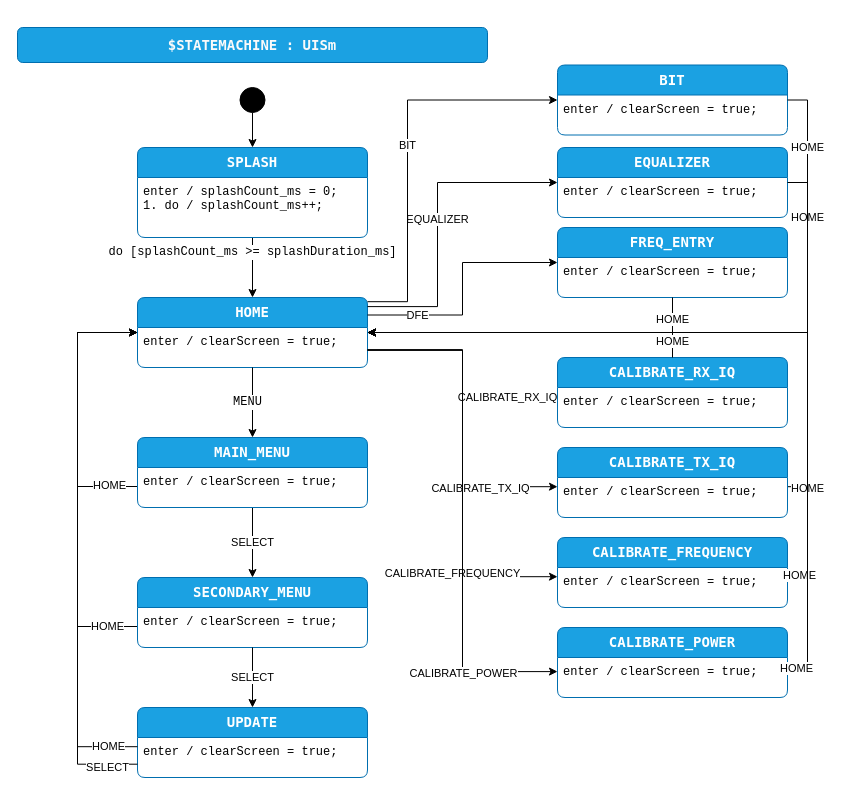
Before: page "design" (1 of 3) of code/src/PhoenixSketch/UISm.drawio in KI3P/Phoenix, a draw.io diagram. Source tidied: cells renumbered, new cells numbered last; positions are measured from the earlier drawing's top-left corner, leaving out a move shared by most shapes. Both pictures are drawn from the tidied source at 100%, with x=0, y=0 at pixel (17, 27).
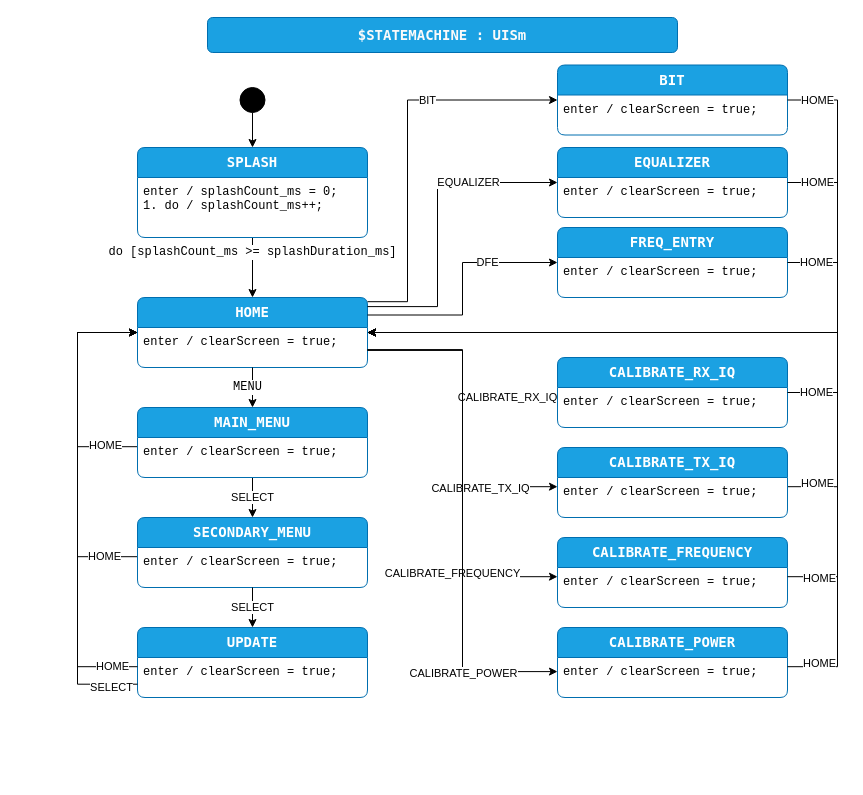
The same diagram, later.

Unchanged cells that the change refers to:
```xml
<mxCell id="8" value="HOME" style="shape=swimlane;align=center;verticalAlign=top;fontFamily=Lucida Console;startSize=30;fontSize=14;fontStyle=1;fontColor=#ffffff;fillColor=#1ba1e2;swimlaneFillColor=default;rounded=1;arcSize=15;absoluteArcSize=1;points=[[0,0,0,0,0],[0,0.06,0,0,0],[0,0.13,0,0,0],[0,0.19,0,0,0],[0,0.25,0,0,0],[0,0.31,0,0,0],[0,0.38,0,0,0],[0,0.44,0,0,0],[0,0.5,0,0,0],[0,0.56,0,0,0],[0,0.63,0,0,0],[0,0.69,0,0,0],[0,0.75,0,0,0],[0,0.81,0,0,0],[0,0.88,0,0,0],[0,0.94,0,0,0],[0,1,0,0,0],[0.06,0,0,0,0],[0.06,1,0,0,0],[0.13,0,0,0,0],[0.13,1,0,0,0],[0.19,0,0,0,0],[0.19,1,0,0,0],[0.25,0,0,0,0],[0.25,1,0,0,0],[0.31,0,0,0,0],[0.31,1,0,0,0],[0.38,0,0,0,0],[0.38,1,0,0,0],[0.44,0,0,0,0],[0.44,1,0,0,0],[0.5,0,0,0,0],[0.5,1,0,0,0],[0.56,0,0,0,0],[0.56,1,0,0,0],[0.63,0,0,0,0],[0.63,1,0,0,0],[0.69,0,0,0,0],[0.69,1,0,0,0],[0.75,0,0,0,0],[0.75,1,0,0,0],[0.81,0,0,0,0],[0.81,1,0,0,0],[0.88,0,0,0,0],[0.88,1,0,0,0],[0.94,0,0,0,0],[0.94,1,0,0,0],[1,0,0,0,0],[1,0.06,0,0,0],[1,0.13,0,0,0],[1,0.19,0,0,0],[1,0.25,0,0,0],[1,0.31,0,0,0],[1,0.38,0,0,0],[1,0.44,0,0,0],[1,0.5,0,0,0],[1,0.56,0,0,0],[1,0.63,0,0,0],[1,0.69,0,0,0],[1,0.75,0,0,0],[1,0.81,0,0,0],[1,0.88,0,0,0],[1,0.94,0,0,0],[1,1,0,0,0]];strokeColor=#006EAF;" parent="1" vertex="1">
  <mxGeometry x="120" y="270" width="230" height="70" as="geometry" />
</mxCell>
<mxCell id="18" value="CALIBRATE_RX_IQ" style="shape=swimlane;align=center;verticalAlign=top;fontFamily=Lucida Console;startSize=30;fontSize=14;fontStyle=1;fontColor=#ffffff;fillColor=#1ba1e2;swimlaneFillColor=default;rounded=1;arcSize=15;absoluteArcSize=1;points=[[0,0,0,0,0],[0,0.06,0,0,0],[0,0.13,0,0,0],[0,0.19,0,0,0],[0,0.25,0,0,0],[0,0.31,0,0,0],[0,0.38,0,0,0],[0,0.44,0,0,0],[0,0.5,0,0,0],[0,0.56,0,0,0],[0,0.63,0,0,0],[0,0.69,0,0,0],[0,0.75,0,0,0],[0,0.81,0,0,0],[0,0.88,0,0,0],[0,0.94,0,0,0],[0,1,0,0,0],[0.06,0,0,0,0],[0.06,1,0,0,0],[0.13,0,0,0,0],[0.13,1,0,0,0],[0.19,0,0,0,0],[0.19,1,0,0,0],[0.25,0,0,0,0],[0.25,1,0,0,0],[0.31,0,0,0,0],[0.31,1,0,0,0],[0.38,0,0,0,0],[0.38,1,0,0,0],[0.44,0,0,0,0],[0.44,1,0,0,0],[0.5,0,0,0,0],[0.5,1,0,0,0],[0.56,0,0,0,0],[0.56,1,0,0,0],[0.63,0,0,0,0],[0.63,1,0,0,0],[0.69,0,0,0,0],[0.69,1,0,0,0],[0.75,0,0,0,0],[0.75,1,0,0,0],[0.81,0,0,0,0],[0.81,1,0,0,0],[0.88,0,0,0,0],[0.88,1,0,0,0],[0.94,0,0,0,0],[0.94,1,0,0,0],[1,0,0,0,0],[1,0.06,0,0,0],[1,0.13,0,0,0],[1,0.19,0,0,0],[1,0.25,0,0,0],[1,0.31,0,0,0],[1,0.38,0,0,0],[1,0.44,0,0,0],[1,0.5,0,0,0],[1,0.56,0,0,0],[1,0.63,0,0,0],[1,0.69,0,0,0],[1,0.75,0,0,0],[1,0.81,0,0,0],[1,0.88,0,0,0],[1,0.94,0,0,0],[1,1,0,0,0]];strokeColor=#006EAF;" parent="1" vertex="1">
  <mxGeometry x="540" y="330" width="230" height="70" as="geometry" />
</mxCell>
<mxCell id="27" value="FREQ_ENTRY" style="shape=swimlane;align=center;verticalAlign=top;fontFamily=Lucida Console;startSize=30;fontSize=14;fontStyle=1;fontColor=#ffffff;fillColor=#1ba1e2;swimlaneFillColor=default;rounded=1;arcSize=15;absoluteArcSize=1;points=[[0,0,0,0,0],[0,0.06,0,0,0],[0,0.13,0,0,0],[0,0.19,0,0,0],[0,0.25,0,0,0],[0,0.31,0,0,0],[0,0.38,0,0,0],[0,0.44,0,0,0],[0,0.5,0,0,0],[0,0.56,0,0,0],[0,0.63,0,0,0],[0,0.69,0,0,0],[0,0.75,0,0,0],[0,0.81,0,0,0],[0,0.88,0,0,0],[0,0.94,0,0,0],[0,1,0,0,0],[0.06,0,0,0,0],[0.06,1,0,0,0],[0.13,0,0,0,0],[0.13,1,0,0,0],[0.19,0,0,0,0],[0.19,1,0,0,0],[0.25,0,0,0,0],[0.25,1,0,0,0],[0.31,0,0,0,0],[0.31,1,0,0,0],[0.38,0,0,0,0],[0.38,1,0,0,0],[0.44,0,0,0,0],[0.44,1,0,0,0],[0.5,0,0,0,0],[0.5,1,0,0,0],[0.56,0,0,0,0],[0.56,1,0,0,0],[0.63,0,0,0,0],[0.63,1,0,0,0],[0.69,0,0,0,0],[0.69,1,0,0,0],[0.75,0,0,0,0],[0.75,1,0,0,0],[0.81,0,0,0,0],[0.81,1,0,0,0],[0.88,0,0,0,0],[0.88,1,0,0,0],[0.94,0,0,0,0],[0.94,1,0,0,0],[1,0,0,0,0],[1,0.06,0,0,0],[1,0.13,0,0,0],[1,0.19,0,0,0],[1,0.25,0,0,0],[1,0.31,0,0,0],[1,0.38,0,0,0],[1,0.44,0,0,0],[1,0.5,0,0,0],[1,0.56,0,0,0],[1,0.63,0,0,0],[1,0.69,0,0,0],[1,0.75,0,0,0],[1,0.81,0,0,0],[1,0.88,0,0,0],[1,0.94,0,0,0],[1,1,0,0,0]];strokeColor=#006EAF;" parent="1" vertex="1">
  <mxGeometry x="540" y="200" width="230" height="70" as="geometry" />
</mxCell>
<mxCell id="31" value="CALIBRATE_FREQUENCY" style="shape=swimlane;align=center;verticalAlign=top;fontFamily=Lucida Console;startSize=30;fontSize=14;fontStyle=1;fontColor=#ffffff;fillColor=#1ba1e2;swimlaneFillColor=default;rounded=1;arcSize=15;absoluteArcSize=1;points=[[0,0,0,0,0],[0,0.06,0,0,0],[0,0.13,0,0,0],[0,0.19,0,0,0],[0,0.25,0,0,0],[0,0.31,0,0,0],[0,0.38,0,0,0],[0,0.44,0,0,0],[0,0.5,0,0,0],[0,0.56,0,0,0],[0,0.63,0,0,0],[0,0.69,0,0,0],[0,0.75,0,0,0],[0,0.81,0,0,0],[0,0.88,0,0,0],[0,0.94,0,0,0],[0,1,0,0,0],[0.06,0,0,0,0],[0.06,1,0,0,0],[0.13,0,0,0,0],[0.13,1,0,0,0],[0.19,0,0,0,0],[0.19,1,0,0,0],[0.25,0,0,0,0],[0.25,1,0,0,0],[0.31,0,0,0,0],[0.31,1,0,0,0],[0.38,0,0,0,0],[0.38,1,0,0,0],[0.44,0,0,0,0],[0.44,1,0,0,0],[0.5,0,0,0,0],[0.5,1,0,0,0],[0.56,0,0,0,0],[0.56,1,0,0,0],[0.63,0,0,0,0],[0.63,1,0,0,0],[0.69,0,0,0,0],[0.69,1,0,0,0],[0.75,0,0,0,0],[0.75,1,0,0,0],[0.81,0,0,0,0],[0.81,1,0,0,0],[0.88,0,0,0,0],[0.88,1,0,0,0],[0.94,0,0,0,0],[0.94,1,0,0,0],[1,0,0,0,0],[1,0.06,0,0,0],[1,0.13,0,0,0],[1,0.19,0,0,0],[1,0.25,0,0,0],[1,0.31,0,0,0],[1,0.38,0,0,0],[1,0.44,0,0,0],[1,0.5,0,0,0],[1,0.56,0,0,0],[1,0.63,0,0,0],[1,0.69,0,0,0],[1,0.75,0,0,0],[1,0.81,0,0,0],[1,0.88,0,0,0],[1,0.94,0,0,0],[1,1,0,0,0]];strokeColor=#006EAF;" parent="1" vertex="1">
  <mxGeometry x="540" y="510" width="230" height="70" as="geometry" />
</mxCell>
<mxCell id="33" value="CALIBRATE_POWER" style="shape=swimlane;align=center;verticalAlign=top;fontFamily=Lucida Console;startSize=30;fontSize=14;fontStyle=1;fontColor=#ffffff;fillColor=#1ba1e2;swimlaneFillColor=default;rounded=1;arcSize=15;absoluteArcSize=1;points=[[0,0,0,0,0],[0,0.06,0,0,0],[0,0.13,0,0,0],[0,0.19,0,0,0],[0,0.25,0,0,0],[0,0.31,0,0,0],[0,0.38,0,0,0],[0,0.44,0,0,0],[0,0.5,0,0,0],[0,0.56,0,0,0],[0,0.63,0,0,0],[0,0.69,0,0,0],[0,0.75,0,0,0],[0,0.81,0,0,0],[0,0.88,0,0,0],[0,0.94,0,0,0],[0,1,0,0,0],[0.06,0,0,0,0],[0.06,1,0,0,0],[0.13,0,0,0,0],[0.13,1,0,0,0],[0.19,0,0,0,0],[0.19,1,0,0,0],[0.25,0,0,0,0],[0.25,1,0,0,0],[0.31,0,0,0,0],[0.31,1,0,0,0],[0.38,0,0,0,0],[0.38,1,0,0,0],[0.44,0,0,0,0],[0.44,1,0,0,0],[0.5,0,0,0,0],[0.5,1,0,0,0],[0.56,0,0,0,0],[0.56,1,0,0,0],[0.63,0,0,0,0],[0.63,1,0,0,0],[0.69,0,0,0,0],[0.69,1,0,0,0],[0.75,0,0,0,0],[0.75,1,0,0,0],[0.81,0,0,0,0],[0.81,1,0,0,0],[0.88,0,0,0,0],[0.88,1,0,0,0],[0.94,0,0,0,0],[0.94,1,0,0,0],[1,0,0,0,0],[1,0.06,0,0,0],[1,0.13,0,0,0],[1,0.19,0,0,0],[1,0.25,0,0,0],[1,0.31,0,0,0],[1,0.38,0,0,0],[1,0.44,0,0,0],[1,0.5,0,0,0],[1,0.56,0,0,0],[1,0.63,0,0,0],[1,0.69,0,0,0],[1,0.75,0,0,0],[1,0.81,0,0,0],[1,0.88,0,0,0],[1,0.94,0,0,0],[1,1,0,0,0]];strokeColor=#006EAF;" parent="1" vertex="1">
  <mxGeometry x="540" y="600" width="230" height="70" as="geometry" />
</mxCell>
<mxCell id="47" value="CALIBRATE_TX_IQ" style="shape=swimlane;align=center;verticalAlign=top;fontFamily=Lucida Console;startSize=30;fontSize=14;fontStyle=1;fontColor=#ffffff;fillColor=#1ba1e2;swimlaneFillColor=default;rounded=1;arcSize=15;absoluteArcSize=1;points=[[0,0,0,0,0],[0,0.06,0,0,0],[0,0.13,0,0,0],[0,0.19,0,0,0],[0,0.25,0,0,0],[0,0.31,0,0,0],[0,0.38,0,0,0],[0,0.44,0,0,0],[0,0.5,0,0,0],[0,0.56,0,0,0],[0,0.63,0,0,0],[0,0.69,0,0,0],[0,0.75,0,0,0],[0,0.81,0,0,0],[0,0.88,0,0,0],[0,0.94,0,0,0],[0,1,0,0,0],[0.06,0,0,0,0],[0.06,1,0,0,0],[0.13,0,0,0,0],[0.13,1,0,0,0],[0.19,0,0,0,0],[0.19,1,0,0,0],[0.25,0,0,0,0],[0.25,1,0,0,0],[0.31,0,0,0,0],[0.31,1,0,0,0],[0.38,0,0,0,0],[0.38,1,0,0,0],[0.44,0,0,0,0],[0.44,1,0,0,0],[0.5,0,0,0,0],[0.5,1,0,0,0],[0.56,0,0,0,0],[0.56,1,0,0,0],[0.63,0,0,0,0],[0.63,1,0,0,0],[0.69,0,0,0,0],[0.69,1,0,0,0],[0.75,0,0,0,0],[0.75,1,0,0,0],[0.81,0,0,0,0],[0.81,1,0,0,0],[0.88,0,0,0,0],[0.88,1,0,0,0],[0.94,0,0,0,0],[0.94,1,0,0,0],[1,0,0,0,0],[1,0.06,0,0,0],[1,0.13,0,0,0],[1,0.19,0,0,0],[1,0.25,0,0,0],[1,0.31,0,0,0],[1,0.38,0,0,0],[1,0.44,0,0,0],[1,0.5,0,0,0],[1,0.56,0,0,0],[1,0.63,0,0,0],[1,0.69,0,0,0],[1,0.75,0,0,0],[1,0.81,0,0,0],[1,0.88,0,0,0],[1,0.94,0,0,0],[1,1,0,0,0]];strokeColor=#006EAF;" parent="1" vertex="1">
  <mxGeometry x="540" y="420" width="230" height="70" as="geometry" />
</mxCell>
<mxCell id="49" value="EQUALIZER" style="shape=swimlane;align=center;verticalAlign=top;fontFamily=Lucida Console;startSize=30;fontSize=14;fontStyle=1;fontColor=#ffffff;fillColor=#1ba1e2;swimlaneFillColor=default;rounded=1;arcSize=15;absoluteArcSize=1;points=[[0,0,0,0,0],[0,0.06,0,0,0],[0,0.13,0,0,0],[0,0.19,0,0,0],[0,0.25,0,0,0],[0,0.31,0,0,0],[0,0.38,0,0,0],[0,0.44,0,0,0],[0,0.5,0,0,0],[0,0.56,0,0,0],[0,0.63,0,0,0],[0,0.69,0,0,0],[0,0.75,0,0,0],[0,0.81,0,0,0],[0,0.88,0,0,0],[0,0.94,0,0,0],[0,1,0,0,0],[0.06,0,0,0,0],[0.06,1,0,0,0],[0.13,0,0,0,0],[0.13,1,0,0,0],[0.19,0,0,0,0],[0.19,1,0,0,0],[0.25,0,0,0,0],[0.25,1,0,0,0],[0.31,0,0,0,0],[0.31,1,0,0,0],[0.38,0,0,0,0],[0.38,1,0,0,0],[0.44,0,0,0,0],[0.44,1,0,0,0],[0.5,0,0,0,0],[0.5,1,0,0,0],[0.56,0,0,0,0],[0.56,1,0,0,0],[0.63,0,0,0,0],[0.63,1,0,0,0],[0.69,0,0,0,0],[0.69,1,0,0,0],[0.75,0,0,0,0],[0.75,1,0,0,0],[0.81,0,0,0,0],[0.81,1,0,0,0],[0.88,0,0,0,0],[0.88,1,0,0,0],[0.94,0,0,0,0],[0.94,1,0,0,0],[1,0,0,0,0],[1,0.06,0,0,0],[1,0.13,0,0,0],[1,0.19,0,0,0],[1,0.25,0,0,0],[1,0.31,0,0,0],[1,0.38,0,0,0],[1,0.44,0,0,0],[1,0.5,0,0,0],[1,0.56,0,0,0],[1,0.63,0,0,0],[1,0.69,0,0,0],[1,0.75,0,0,0],[1,0.81,0,0,0],[1,0.88,0,0,0],[1,0.94,0,0,0],[1,1,0,0,0]];strokeColor=#006EAF;" parent="1" vertex="1">
  <mxGeometry x="540" y="120" width="230" height="70" as="geometry" />
</mxCell>
<mxCell id="53" value="BIT" style="shape=swimlane;align=center;verticalAlign=top;fontFamily=Lucida Console;startSize=30;fontSize=14;fontStyle=1;fontColor=#ffffff;fillColor=#1ba1e2;swimlaneFillColor=default;rounded=1;arcSize=15;absoluteArcSize=1;points=[[0,0,0,0,0],[0,0.06,0,0,0],[0,0.13,0,0,0],[0,0.19,0,0,0],[0,0.25,0,0,0],[0,0.31,0,0,0],[0,0.38,0,0,0],[0,0.44,0,0,0],[0,0.5,0,0,0],[0,0.56,0,0,0],[0,0.63,0,0,0],[0,0.69,0,0,0],[0,0.75,0,0,0],[0,0.81,0,0,0],[0,0.88,0,0,0],[0,0.94,0,0,0],[0,1,0,0,0],[0.06,0,0,0,0],[0.06,1,0,0,0],[0.13,0,0,0,0],[0.13,1,0,0,0],[0.19,0,0,0,0],[0.19,1,0,0,0],[0.25,0,0,0,0],[0.25,1,0,0,0],[0.31,0,0,0,0],[0.31,1,0,0,0],[0.38,0,0,0,0],[0.38,1,0,0,0],[0.44,0,0,0,0],[0.44,1,0,0,0],[0.5,0,0,0,0],[0.5,1,0,0,0],[0.56,0,0,0,0],[0.56,1,0,0,0],[0.63,0,0,0,0],[0.63,1,0,0,0],[0.69,0,0,0,0],[0.69,1,0,0,0],[0.75,0,0,0,0],[0.75,1,0,0,0],[0.81,0,0,0,0],[0.81,1,0,0,0],[0.88,0,0,0,0],[0.88,1,0,0,0],[0.94,0,0,0,0],[0.94,1,0,0,0],[1,0,0,0,0],[1,0.06,0,0,0],[1,0.13,0,0,0],[1,0.19,0,0,0],[1,0.25,0,0,0],[1,0.31,0,0,0],[1,0.38,0,0,0],[1,0.44,0,0,0],[1,0.5,0,0,0],[1,0.56,0,0,0],[1,0.63,0,0,0],[1,0.69,0,0,0],[1,0.75,0,0,0],[1,0.81,0,0,0],[1,0.88,0,0,0],[1,0.94,0,0,0],[1,1,0,0,0]];strokeColor=#006EAF;" parent="1" vertex="1">
  <mxGeometry x="540" y="37.5" width="230" height="70" as="geometry" />
</mxCell>
```

Diff of the diagram source:
```diff
@@
     <mxCell id="7" value="&lt;span style=&quot;color: rgb(250, 250, 250); font-family: &amp;quot;Lucida Console&amp;quot;; font-size: 14px; font-weight: 700; text-wrap: nowrap;&quot;&gt;$STATEMACHINE : UISm&lt;/span&gt;" style="rounded=1;whiteSpace=wrap;html=1;fillColor=#1ba1e2;fontColor=#ffffff;strokeColor=#006EAF;" parent="1" vertex="1">
-      <mxGeometry width="470" height="35" as="geometry" />
+      <mxGeometry x="190" y="-10" width="470" height="35" as="geometry" />
     </mxCell>
@@
     <mxCell id="11" value="&lt;font style=&quot;font-size: 11px;&quot; face=&quot;Helvetica&quot;&gt;HOME&lt;/font&gt;" style="edgeStyle=orthogonalEdgeStyle;rounded=0;jettySize=auto;html=1;entryX=0;entryY=0.5;entryDx=0;entryDy=0;entryPerimeter=0;fontFamily=Courier New;fontSize=12;fontColor=default;exitX=0;exitY=0.56;exitDx=0;exitDy=0;exitPerimeter=0;" parent="1" edge="1" source="14" target="8">
       <mxGeometry x="-0.73" relative="1" as="geometry">
         <Array as="points">
-          <mxPoint x="60" y="459" />
+          <mxPoint x="60" y="419" />
           <mxPoint x="60" y="305" />
         </Array>
       </mxGeometry>
     </mxCell>
@@
     <mxCell id="13" value="HOME" style="edgeStyle=orthogonalEdgeStyle;rounded=0;jettySize=auto;html=1;exitX=0;exitY=0.56;exitDx=0;exitDy=0;exitPerimeter=0;entryX=0;entryY=0.5;entryDx=0;entryDy=0;entryPerimeter=0;" parent="1" edge="1" source="16" target="8">
       <mxGeometry x="-0.81" relative="1" as="geometry">
         <Array as="points">
-          <mxPoint x="60" y="599" />
+          <mxPoint x="60" y="529" />
           <mxPoint x="60" y="305" />
         </Array>
       </mxGeometry>
     </mxCell>
     <mxCell id="14" value="MAIN_MENU" style="shape=swimlane;align=center;verticalAlign=top;fontFamily=Lucida Console;startSize=30;fontSize=14;fontStyle=1;fontColor=#ffffff;fillColor=#1ba1e2;swimlaneFillColor=default;rounded=1;arcSize=15;absoluteArcSize=1;points=[[0,0,0,0,0],[0,0.06,0,0,0],[0,0.13,0,0,0],[0,0.19,0,0,0],[0,0.25,0,0,0],[0,0.31,0,0,0],[0,0.38,0,0,0],[0,0.44,0,0,0],[0,0.5,0,0,0],[0,0.56,0,0,0],[0,0.63,0,0,0],[0,0.69,0,0,0],[0,0.75,0,0,0],[0,0.81,0,0,0],[0,0.88,0,0,0],[0,0.94,0,0,0],[0,1,0,0,0],[0.06,0,0,0,0],[0.06,1,0,0,0],[0.13,0,0,0,0],[0.13,1,0,0,0],[0.19,0,0,0,0],[0.19,1,0,0,0],[0.25,0,0,0,0],[0.25,1,0,0,0],[0.31,0,0,0,0],[0.31,1,0,0,0],[0.38,0,0,0,0],[0.38,1,0,0,0],[0.44,0,0,0,0],[0.44,1,0,0,0],[0.5,0,0,0,0],[0.5,1,0,0,0],[0.56,0,0,0,0],[0.56,1,0,0,0],[0.63,0,0,0,0],[0.63,1,0,0,0],[0.69,0,0,0,0],[0.69,1,0,0,0],[0.75,0,0,0,0],[0.75,1,0,0,0],[0.81,0,0,0,0],[0.81,1,0,0,0],[0.88,0,0,0,0],[0.88,1,0,0,0],[0.94,0,0,0,0],[0.94,1,0,0,0],[1,0,0,0,0],[1,0.06,0,0,0],[1,0.13,0,0,0],[1,0.19,0,0,0],[1,0.25,0,0,0],[1,0.31,0,0,0],[1,0.38,0,0,0],[1,0.44,0,0,0],[1,0.5,0,0,0],[1,0.56,0,0,0],[1,0.63,0,0,0],[1,0.69,0,0,0],[1,0.75,0,0,0],[1,0.81,0,0,0],[1,0.88,0,0,0],[1,0.94,0,0,0],[1,1,0,0,0]];strokeColor=#006EAF;" parent="1" vertex="1">
-      <mxGeometry x="120" y="410" width="230" height="70" as="geometry" />
+      <mxGeometry x="120" y="380" width="230" height="70" as="geometry" />
     </mxCell>
@@
     <mxCell id="16" value="SECONDARY_MENU" style="shape=swimlane;align=center;verticalAlign=top;fontFamily=Lucida Console;startSize=30;fontSize=14;fontStyle=1;fontColor=#ffffff;fillColor=#1ba1e2;swimlaneFillColor=default;rounded=1;arcSize=15;absoluteArcSize=1;points=[[0,0,0,0,0],[0,0.06,0,0,0],[0,0.13,0,0,0],[0,0.19,0,0,0],[0,0.25,0,0,0],[0,0.31,0,0,0],[0,0.38,0,0,0],[0,0.44,0,0,0],[0,0.5,0,0,0],[0,0.56,0,0,0],[0,0.63,0,0,0],[0,0.69,0,0,0],[0,0.75,0,0,0],[0,0.81,0,0,0],[0,0.88,0,0,0],[0,0.94,0,0,0],[0,1,0,0,0],[0.06,0,0,0,0],[0.06,1,0,0,0],[0.13,0,0,0,0],[0.13,1,0,0,0],[0.19,0,0,0,0],[0.19,1,0,0,0],[0.25,0,0,0,0],[0.25,1,0,0,0],[0.31,0,0,0,0],[0.31,1,0,0,0],[0.38,0,0,0,0],[0.38,1,0,0,0],[0.44,0,0,0,0],[0.44,1,0,0,0],[0.5,0,0,0,0],[0.5,1,0,0,0],[0.56,0,0,0,0],[0.56,1,0,0,0],[0.63,0,0,0,0],[0.63,1,0,0,0],[0.69,0,0,0,0],[0.69,1,0,0,0],[0.75,0,0,0,0],[0.75,1,0,0,0],[0.81,0,0,0,0],[0.81,1,0,0,0],[0.88,0,0,0,0],[0.88,1,0,0,0],[0.94,0,0,0,0],[0.94,1,0,0,0],[1,0,0,0,0],[1,0.06,0,0,0],[1,0.13,0,0,0],[1,0.19,0,0,0],[1,0.25,0,0,0],[1,0.31,0,0,0],[1,0.38,0,0,0],[1,0.44,0,0,0],[1,0.5,0,0,0],[1,0.56,0,0,0],[1,0.63,0,0,0],[1,0.69,0,0,0],[1,0.75,0,0,0],[1,0.81,0,0,0],[1,0.88,0,0,0],[1,0.94,0,0,0],[1,1,0,0,0]];strokeColor=#006EAF;" parent="1" vertex="1">
-      <mxGeometry x="120" y="550" width="230" height="70" as="geometry" />
+      <mxGeometry x="120" y="490" width="230" height="70" as="geometry" />
     </mxCell>
@@
-    <mxCell id="21" value="HOME" style="edgeStyle=orthogonalEdgeStyle;rounded=0;jettySize=auto;html=1;exitX=0.5;exitY=0;exitDx=0;exitDy=0;exitPerimeter=0;entryX=1;entryY=0.5;entryDx=0;entryDy=0;entryPerimeter=0;" parent="1" edge="1" source="18" target="8">
-      <mxGeometry x="-0.9" relative="1" as="geometry" />
+    <mxCell id="21" value="HOME" style="edgeStyle=orthogonalEdgeStyle;rounded=0;jettySize=auto;html=1;exitX=1;exitY=0.5;exitDx=0;exitDy=0;exitPerimeter=0;entryX=1;entryY=0.5;entryDx=0;entryDy=0;entryPerimeter=0;" parent="1" edge="1" source="18" target="8">
+      <mxGeometry x="-0.9" relative="1" as="geometry">
+        <Array as="points">
+          <mxPoint x="820" y="365" />
+          <mxPoint x="820" y="305" />
+        </Array>
+      </mxGeometry>
     </mxCell>
     <mxCell id="22" value="UPDATE" style="shape=swimlane;align=center;verticalAlign=top;fontFamily=Lucida Console;startSize=30;fontSize=14;fontStyle=1;fontColor=#ffffff;fillColor=#1ba1e2;swimlaneFillColor=default;rounded=1;arcSize=15;absoluteArcSize=1;points=[[0,0,0,0,0],[0,0.06,0,0,0],[0,0.13,0,0,0],[0,0.19,0,0,0],[0,0.25,0,0,0],[0,0.31,0,0,0],[0,0.38,0,0,0],[0,0.44,0,0,0],[0,0.5,0,0,0],[0,0.56,0,0,0],[0,0.63,0,0,0],[0,0.69,0,0,0],[0,0.75,0,0,0],[0,0.81,0,0,0],[0,0.88,0,0,0],[0,0.94,0,0,0],[0,1,0,0,0],[0.06,0,0,0,0],[0.06,1,0,0,0],[0.13,0,0,0,0],[0.13,1,0,0,0],[0.19,0,0,0,0],[0.19,1,0,0,0],[0.25,0,0,0,0],[0.25,1,0,0,0],[0.31,0,0,0,0],[0.31,1,0,0,0],[0.38,0,0,0,0],[0.38,1,0,0,0],[0.44,0,0,0,0],[0.44,1,0,0,0],[0.5,0,0,0,0],[0.5,1,0,0,0],[0.56,0,0,0,0],[0.56,1,0,0,0],[0.63,0,0,0,0],[0.63,1,0,0,0],[0.69,0,0,0,0],[0.69,1,0,0,0],[0.75,0,0,0,0],[0.75,1,0,0,0],[0.81,0,0,0,0],[0.81,1,0,0,0],[0.88,0,0,0,0],[0.88,1,0,0,0],[0.94,0,0,0,0],[0.94,1,0,0,0],[1,0,0,0,0],[1,0.06,0,0,0],[1,0.13,0,0,0],[1,0.19,0,0,0],[1,0.25,0,0,0],[1,0.31,0,0,0],[1,0.38,0,0,0],[1,0.44,0,0,0],[1,0.5,0,0,0],[1,0.56,0,0,0],[1,0.63,0,0,0],[1,0.69,0,0,0],[1,0.75,0,0,0],[1,0.81,0,0,0],[1,0.88,0,0,0],[1,0.94,0,0,0],[1,1,0,0,0]];strokeColor=#006EAF;" parent="1" vertex="1">
-      <mxGeometry x="120" y="680" width="230" height="70" as="geometry" />
+      <mxGeometry x="120" y="600" width="230" height="70" as="geometry" />
     </mxCell>
@@
     <mxCell id="25" value="HOME" style="edgeStyle=orthogonalEdgeStyle;rounded=0;jettySize=auto;html=1;exitX=0;exitY=0.56;exitDx=0;exitDy=0;exitPerimeter=0;entryX=0;entryY=0.5;entryDx=0;entryDy=0;entryPerimeter=0;" parent="1" edge="1" source="22" target="8">
       <mxGeometry x="-0.89" relative="1" as="geometry">
         <Array as="points">
-          <mxPoint x="60" y="719" />
+          <mxPoint x="60" y="639" />
           <mxPoint x="60" y="305" />
         </Array>
       </mxGeometry>
     </mxCell>
     <mxCell id="26" value="SELECT" style="edgeStyle=orthogonalEdgeStyle;rounded=0;jettySize=auto;html=1;exitX=0;exitY=0.81;exitDx=0;exitDy=0;exitPerimeter=0;entryX=0;entryY=0.5;entryDx=0;entryDy=0;entryPerimeter=0;" parent="1" edge="1" source="22" target="8">
       <mxGeometry x="-0.89" y="3" relative="1" as="geometry">
         <Array as="points">
-          <mxPoint x="60" y="737" />
+          <mxPoint x="60" y="657" />
           <mxPoint x="60" y="305" />
         </Array>
       </mxGeometry>
     </mxCell>
@@
     <mxCell id="29" value="DFE" style="edgeStyle=orthogonalEdgeStyle;rounded=0;jettySize=auto;html=1;exitX=1;exitY=0.25;exitDx=0;exitDy=0;exitPerimeter=0;entryX=0;entryY=0.5;entryDx=0;entryDy=0;entryPerimeter=0;" parent="1" edge="1" source="8" target="27">
-      <mxGeometry x="-0.59" relative="1" as="geometry" />
+      <mxGeometry x="0.42" relative="1" as="geometry" />
     </mxCell>
-    <mxCell id="30" value="HOME" style="edgeStyle=orthogonalEdgeStyle;rounded=0;jettySize=auto;html=1;exitX=0.5;exitY=1;exitDx=0;exitDy=0;exitPerimeter=0;entryX=1;entryY=0.5;entryDx=0;entryDy=0;entryPerimeter=0;" parent="1" edge="1" source="27" target="8">
-      <mxGeometry x="-0.87" relative="1" as="geometry" />
+    <mxCell id="30" value="HOME" style="edgeStyle=orthogonalEdgeStyle;rounded=0;jettySize=auto;html=1;exitX=1;exitY=0.5;exitDx=0;exitDy=0;exitPerimeter=0;entryX=1;entryY=0.5;entryDx=0;entryDy=0;entryPerimeter=0;" parent="1" edge="1" source="27" target="8">
+      <mxGeometry x="-0.9" relative="1" as="geometry">
+        <Array as="points">
+          <mxPoint x="820" y="235" />
+          <mxPoint x="820" y="305" />
+        </Array>
+      </mxGeometry>
     </mxCell>
@@
     <mxCell id="41" style="edgeStyle=orthogonalEdgeStyle;rounded=0;jettySize=auto;html=1;exitX=1;exitY=0.56;exitDx=0;exitDy=0;exitPerimeter=0;entryX=1;entryY=0.5;entryDx=0;entryDy=0;entryPerimeter=0;" parent="1" edge="1" source="47" target="8">
-      <mxGeometry relative="1" as="geometry" />
+      <mxGeometry relative="1" as="geometry">
+        <Array as="points">
+          <mxPoint x="820" y="459" />
+          <mxPoint x="820" y="305" />
+        </Array>
+      </mxGeometry>
     </mxCell>
     <mxCell id="42" value="HOME" style="edgeLabel;html=1;align=center;verticalAlign=middle;" parent="41" vertex="1">
       <mxGeometry x="-0.97" y="-4" relative="1" as="geometry">
-        <mxPoint x="10" y="-3" as="offset" />
+        <mxPoint x="19" y="-8" as="offset" />
       </mxGeometry>
     </mxCell>
     <mxCell id="43" style="edgeStyle=orthogonalEdgeStyle;rounded=0;jettySize=auto;html=1;exitX=1;exitY=0.56;exitDx=0;exitDy=0;exitPerimeter=0;entryX=1;entryY=0.5;entryDx=0;entryDy=0;entryPerimeter=0;" parent="1" edge="1" source="31" target="8">
-      <mxGeometry relative="1" as="geometry" />
+      <mxGeometry relative="1" as="geometry">
+        <Array as="points">
+          <mxPoint x="820" y="549" />
+          <mxPoint x="820" y="305" />
+        </Array>
+      </mxGeometry>
     </mxCell>
     <mxCell id="44" value="HOME" style="edgeLabel;html=1;align=center;verticalAlign=middle;" parent="43" vertex="1">
-      <mxGeometry x="-0.97" y="2" relative="1" as="geometry" />
+      <mxGeometry x="-0.97" y="2" relative="1" as="geometry">
+        <mxPoint x="20" y="3" as="offset" />
+      </mxGeometry>
     </mxCell>
     <mxCell id="45" style="edgeStyle=orthogonalEdgeStyle;rounded=0;jettySize=auto;html=1;exitX=1;exitY=0.56;exitDx=0;exitDy=0;exitPerimeter=0;entryX=1;entryY=0.5;entryDx=0;entryDy=0;entryPerimeter=0;" parent="1" edge="1" source="33" target="8">
-      <mxGeometry relative="1" as="geometry" />
+      <mxGeometry relative="1" as="geometry">
+        <Array as="points">
+          <mxPoint x="820" y="639" />
+          <mxPoint x="820" y="305" />
+        </Array>
+      </mxGeometry>
     </mxCell>
     <mxCell id="46" value="HOME" style="edgeLabel;html=1;align=center;verticalAlign=middle;" parent="45" vertex="1">
-      <mxGeometry x="-0.98" y="-1" relative="1" as="geometry" />
+      <mxGeometry x="-0.98" y="-1" relative="1" as="geometry">
+        <mxPoint x="22" y="-5" as="offset" />
+      </mxGeometry>
     </mxCell>
@@
     <mxCell id="51" value="EQUALIZER" style="edgeStyle=orthogonalEdgeStyle;rounded=0;jettySize=auto;html=1;exitX=1;exitY=0.13;exitDx=0;exitDy=0;exitPerimeter=0;entryX=0;entryY=0.5;entryDx=0;entryDy=0;entryPerimeter=0;" parent="1" edge="1" source="8" target="49">
-      <mxGeometry relative="1" as="geometry">
+      <mxGeometry x="0.43" relative="1" as="geometry">
         <Array as="points">
           <mxPoint x="420" y="279" />
           <mxPoint x="420" y="155" />
         </Array>
       </mxGeometry>
     </mxCell>
     <mxCell id="52" value="HOME" style="edgeStyle=orthogonalEdgeStyle;rounded=0;jettySize=auto;html=1;exitX=1;exitY=0.5;exitDx=0;exitDy=0;exitPerimeter=0;entryX=1;entryY=0.5;entryDx=0;entryDy=0;entryPerimeter=0;" parent="1" edge="1" source="49" target="8">
-      <mxGeometry x="-0.82" relative="1" as="geometry" />
+      <mxGeometry x="-0.91" relative="1" as="geometry">
+        <Array as="points">
+          <mxPoint x="820" y="155" />
+          <mxPoint x="820" y="305" />
+        </Array>
+      </mxGeometry>
     </mxCell>
@@
     <mxCell id="55" value="BIT" style="edgeStyle=orthogonalEdgeStyle;rounded=0;jettySize=auto;html=1;exitX=1;exitY=0.06;exitDx=0;exitDy=0;exitPerimeter=0;entryX=0;entryY=0.5;entryDx=0;entryDy=0;entryPerimeter=0;" parent="1" edge="1" source="8" target="53">
-      <mxGeometry relative="1" as="geometry">
+      <mxGeometry x="0.34" relative="1" as="geometry">
         <Array as="points">
           <mxPoint x="390" y="274" />
           <mxPoint x="390" y="73" />
         </Array>
       </mxGeometry>
     </mxCell>
     <mxCell id="56" value="HOME" style="edgeStyle=orthogonalEdgeStyle;rounded=0;jettySize=auto;html=1;exitX=1;exitY=0.5;exitDx=0;exitDy=0;exitPerimeter=0;entryX=1;entryY=0.5;entryDx=0;entryDy=0;entryPerimeter=0;" parent="1" edge="1" source="53" target="8">
-      <mxGeometry x="-0.81" relative="1" as="geometry">
-        <mxPoint y="1" as="offset" />
+      <mxGeometry x="-0.92" relative="1" as="geometry">
+        <Array as="points">
+          <mxPoint x="820" y="73" />
+          <mxPoint x="820" y="305" />
+        </Array>
       </mxGeometry>
     </mxCell>
```
